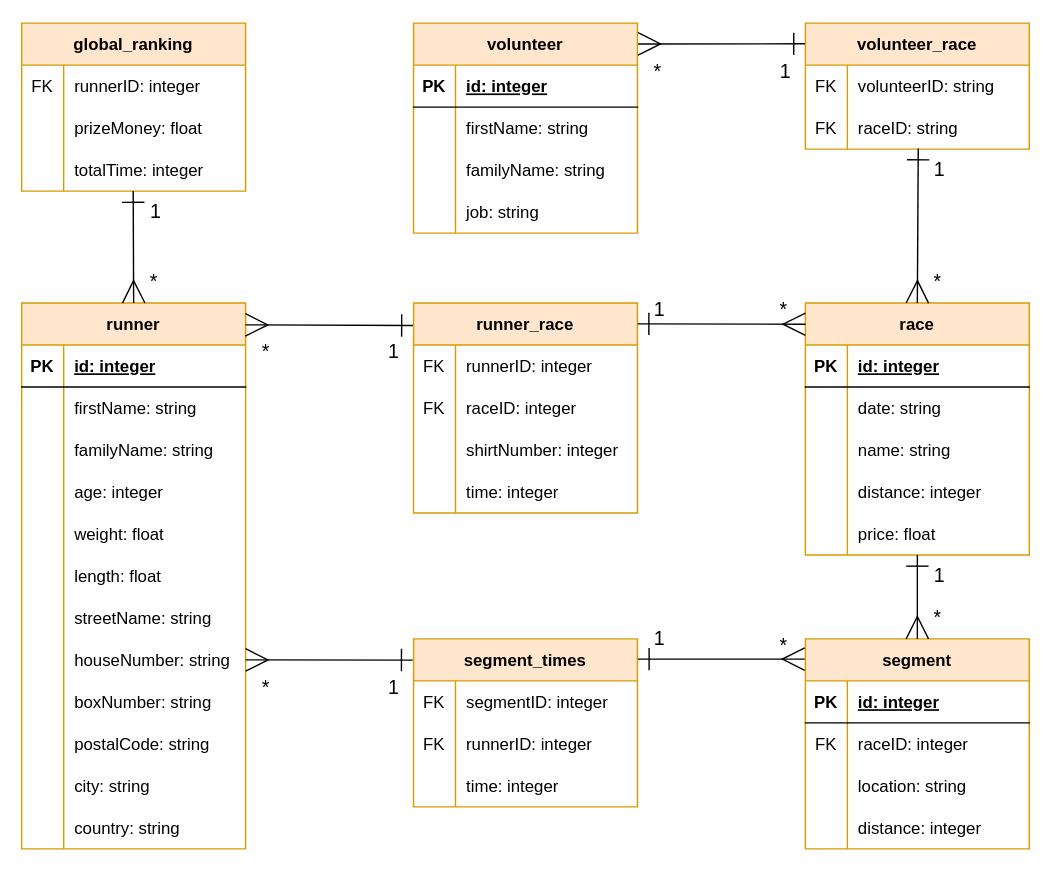
Before: diagram/diagram.svg, a diagram exported from draw.io (lowie2727/databases-project). Source tidied: cells renumbered, new cells last; positions are measured from the earlier drawing's top-left corner, leaving out a move shared by most shapes.
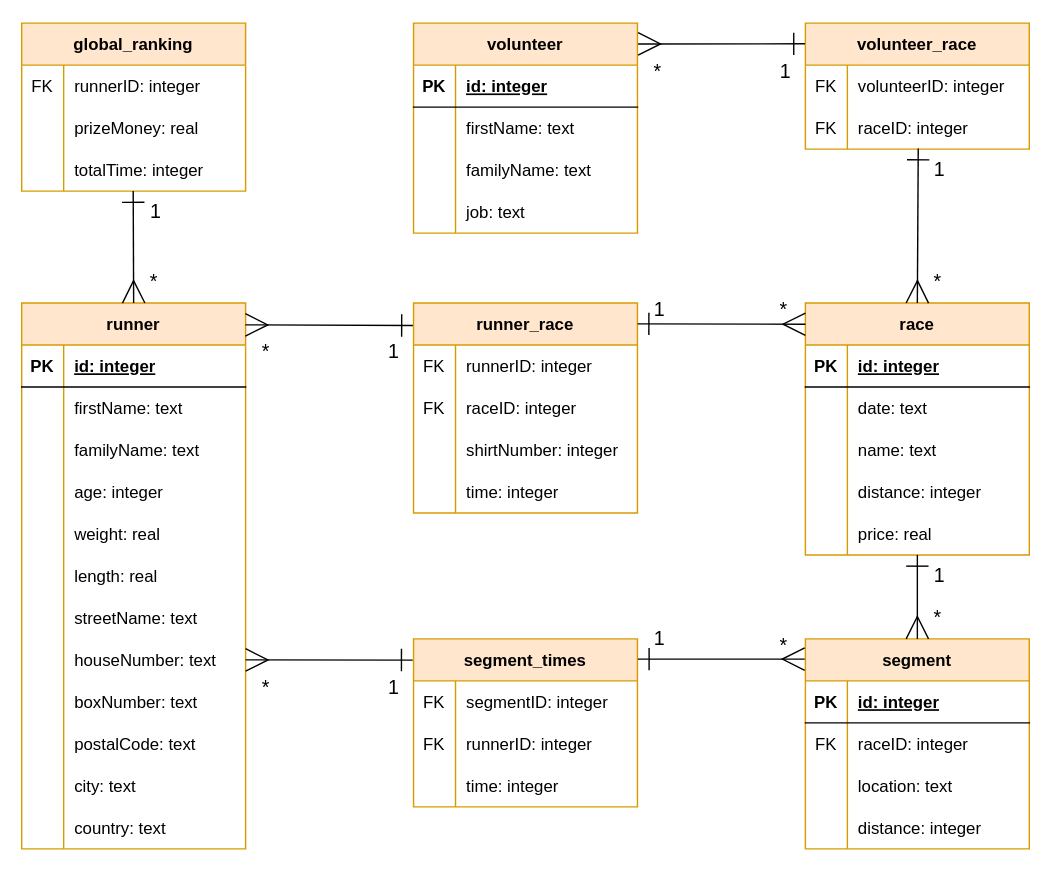
The same file after the commit.

What changed in the source:
```diff
@@ -20,7 +20,7 @@
     <mxCell id="7" style="shape=partialRectangle;fillColor=none;top=0;left=0;bottom=0;right=0;overflow=hidden;" parent="6" vertex="1">
       <mxGeometry width="30" height="30" as="geometry" />
     </mxCell>
-    <mxCell id="8" value="firstName: string " style="shape=partialRectangle;fillColor=none;top=0;left=0;bottom=0;right=0;align=left;spacingLeft=6;overflow=hidden;" parent="6" vertex="1">
+    <mxCell id="8" value="firstName: text" style="shape=partialRectangle;fillColor=none;top=0;left=0;bottom=0;right=0;align=left;spacingLeft=6;overflow=hidden;" parent="6" vertex="1">
       <mxGeometry x="30" width="130" height="30" as="geometry" />
     </mxCell>
     <mxCell id="9" style="shape=tableRow;horizontal=0;startSize=0;swimlaneHead=0;swimlaneBody=0;fillColor=none;top=0;left=0;right=0;bottom=0;" parent="2" vertex="1">
@@ -29,7 +29,7 @@
     <mxCell id="10" style="shape=partialRectangle;fillColor=none;top=0;left=0;bottom=0;right=0;overflow=hidden;" parent="9" vertex="1">
       <mxGeometry width="30" height="30" as="geometry" />
     </mxCell>
-    <mxCell id="11" value="familyName: string" style="shape=partialRectangle;fillColor=none;top=0;left=0;bottom=0;right=0;align=left;spacingLeft=6;overflow=hidden;" parent="9" vertex="1">
+    <mxCell id="11" value="familyName: text" style="shape=partialRectangle;fillColor=none;top=0;left=0;bottom=0;right=0;align=left;spacingLeft=6;overflow=hidden;" parent="9" vertex="1">
       <mxGeometry x="30" width="130" height="30" as="geometry" />
     </mxCell>
     <mxCell id="12" style="shape=tableRow;horizontal=0;startSize=0;swimlaneHead=0;swimlaneBody=0;fillColor=none;top=0;left=0;right=0;bottom=0;" parent="2" vertex="1">
@@ -47,7 +47,7 @@
     <mxCell id="16" style="shape=partialRectangle;fillColor=none;top=0;left=0;bottom=0;right=0;overflow=hidden;" parent="15" vertex="1">
       <mxGeometry width="30" height="30" as="geometry" />
     </mxCell>
-    <mxCell id="17" value="weight: float" style="shape=partialRectangle;fillColor=none;top=0;left=0;bottom=0;right=0;align=left;spacingLeft=6;overflow=hidden;" parent="15" vertex="1">
+    <mxCell id="17" value="weight: real" style="shape=partialRectangle;fillColor=none;top=0;left=0;bottom=0;right=0;align=left;spacingLeft=6;overflow=hidden;" parent="15" vertex="1">
       <mxGeometry x="30" width="130" height="30" as="geometry" />
     </mxCell>
     <mxCell id="18" style="shape=tableRow;horizontal=0;startSize=0;swimlaneHead=0;swimlaneBody=0;fillColor=none;top=0;left=0;right=0;bottom=0;" parent="2" vertex="1">
@@ -56,7 +56,7 @@
     <mxCell id="19" style="shape=partialRectangle;fillColor=none;top=0;left=0;bottom=0;right=0;overflow=hidden;" parent="18" vertex="1">
       <mxGeometry width="30" height="30" as="geometry" />
     </mxCell>
-    <mxCell id="20" value="length: float" style="shape=partialRectangle;fillColor=none;top=0;left=0;bottom=0;right=0;align=left;spacingLeft=6;overflow=hidden;" parent="18" vertex="1">
+    <mxCell id="20" value="length: real" style="shape=partialRectangle;fillColor=none;top=0;left=0;bottom=0;right=0;align=left;spacingLeft=6;overflow=hidden;" parent="18" vertex="1">
       <mxGeometry x="30" width="130" height="30" as="geometry" />
     </mxCell>
     <mxCell id="21" style="shape=tableRow;horizontal=0;startSize=0;swimlaneHead=0;swimlaneBody=0;fillColor=none;top=0;left=0;right=0;bottom=0;" parent="2" vertex="1">
@@ -65,7 +65,7 @@
     <mxCell id="22" style="shape=partialRectangle;fillColor=none;top=0;left=0;bottom=0;right=0;overflow=hidden;" parent="21" vertex="1">
       <mxGeometry width="30" height="30" as="geometry" />
     </mxCell>
-    <mxCell id="23" value="streetName: string" style="shape=partialRectangle;fillColor=none;top=0;left=0;bottom=0;right=0;align=left;spacingLeft=6;overflow=hidden;" parent="21" vertex="1">
+    <mxCell id="23" value="streetName: text" style="shape=partialRectangle;fillColor=none;top=0;left=0;bottom=0;right=0;align=left;spacingLeft=6;overflow=hidden;" parent="21" vertex="1">
       <mxGeometry x="30" width="130" height="30" as="geometry" />
     </mxCell>
     <mxCell id="24" style="shape=tableRow;horizontal=0;startSize=0;swimlaneHead=0;swimlaneBody=0;fillColor=none;points=[[0,0.5],[1,0.5]];portConstraint=eastwest;top=0;left=0;right=0;bottom=0;" parent="2" vertex="1">
@@ -74,7 +74,7 @@
     <mxCell id="25" style="shape=partialRectangle;fillColor=none;top=0;left=0;bottom=0;right=0;overflow=hidden;" parent="24" vertex="1">
       <mxGeometry width="30" height="30" as="geometry" />
     </mxCell>
-    <mxCell id="26" value="houseNumber: string" style="shape=partialRectangle;fillColor=none;top=0;left=0;bottom=0;right=0;align=left;spacingLeft=6;overflow=hidden;" parent="24" vertex="1">
+    <mxCell id="26" value="houseNumber: text" style="shape=partialRectangle;fillColor=none;top=0;left=0;bottom=0;right=0;align=left;spacingLeft=6;overflow=hidden;" parent="24" vertex="1">
       <mxGeometry x="30" width="130" height="30" as="geometry" />
     </mxCell>
     <mxCell id="27" style="shape=tableRow;horizontal=0;startSize=0;swimlaneHead=0;swimlaneBody=0;fillColor=none;top=0;left=0;right=0;bottom=0;" parent="2" vertex="1">
@@ -83,7 +83,7 @@
     <mxCell id="28" style="shape=partialRectangle;fillColor=none;top=0;left=0;bottom=0;right=0;overflow=hidden;" parent="27" vertex="1">
       <mxGeometry width="30" height="30" as="geometry" />
     </mxCell>
-    <mxCell id="29" value="boxNumber: string" style="shape=partialRectangle;fillColor=none;top=0;left=0;bottom=0;right=0;align=left;spacingLeft=6;overflow=hidden;" parent="27" vertex="1">
+    <mxCell id="29" value="boxNumber: text" style="shape=partialRectangle;fillColor=none;top=0;left=0;bottom=0;right=0;align=left;spacingLeft=6;overflow=hidden;" parent="27" vertex="1">
       <mxGeometry x="30" width="130" height="30" as="geometry" />
     </mxCell>
     <mxCell id="30" style="shape=tableRow;horizontal=0;startSize=0;swimlaneHead=0;swimlaneBody=0;fillColor=none;top=0;left=0;right=0;bottom=0;" parent="2" vertex="1">
@@ -92,7 +92,7 @@
     <mxCell id="31" style="shape=partialRectangle;fillColor=none;top=0;left=0;bottom=0;right=0;overflow=hidden;" parent="30" vertex="1">
       <mxGeometry width="30" height="30" as="geometry" />
     </mxCell>
-    <mxCell id="32" value="postalCode: string" style="shape=partialRectangle;fillColor=none;top=0;left=0;bottom=0;right=0;align=left;spacingLeft=6;overflow=hidden;" parent="30" vertex="1">
+    <mxCell id="32" value="postalCode: text" style="shape=partialRectangle;fillColor=none;top=0;left=0;bottom=0;right=0;align=left;spacingLeft=6;overflow=hidden;" parent="30" vertex="1">
       <mxGeometry x="30" width="130" height="30" as="geometry" />
     </mxCell>
     <mxCell id="33" style="shape=tableRow;horizontal=0;startSize=0;swimlaneHead=0;swimlaneBody=0;fillColor=none;top=0;left=0;right=0;bottom=0;" parent="2" vertex="1">
@@ -101,7 +101,7 @@
     <mxCell id="34" style="shape=partialRectangle;fillColor=none;top=0;left=0;bottom=0;right=0;overflow=hidden;" parent="33" vertex="1">
       <mxGeometry width="30" height="30" as="geometry" />
     </mxCell>
-    <mxCell id="35" value="city: string" style="shape=partialRectangle;fillColor=none;top=0;left=0;bottom=0;right=0;align=left;spacingLeft=6;overflow=hidden;" parent="33" vertex="1">
+    <mxCell id="35" value="city: text" style="shape=partialRectangle;fillColor=none;top=0;left=0;bottom=0;right=0;align=left;spacingLeft=6;overflow=hidden;" parent="33" vertex="1">
       <mxGeometry x="30" width="130" height="30" as="geometry" />
     </mxCell>
     <mxCell id="36" style="shape=tableRow;horizontal=0;startSize=0;swimlaneHead=0;swimlaneBody=0;fillColor=none;top=0;left=0;right=0;bottom=0;" parent="2" vertex="1">
@@ -110,7 +110,7 @@
     <mxCell id="37" style="shape=partialRectangle;fillColor=none;top=0;left=0;bottom=0;right=0;overflow=hidden;" parent="36" vertex="1">
       <mxGeometry width="30" height="30" as="geometry" />
     </mxCell>
-    <mxCell id="38" value="country: string" style="shape=partialRectangle;fillColor=none;top=0;left=0;bottom=0;right=0;align=left;spacingLeft=6;overflow=hidden;" parent="36" vertex="1">
+    <mxCell id="38" value="country: text" style="shape=partialRectangle;fillColor=none;top=0;left=0;bottom=0;right=0;align=left;spacingLeft=6;overflow=hidden;" parent="36" vertex="1">
       <mxGeometry x="30" width="130" height="30" as="geometry" />
     </mxCell>
     <mxCell id="39" value="segment" style="shape=table;startSize=30;rowLines=0;fontStyle=1;align=center;fillColor=#ffe6cc;strokeColor=#d79b00;" parent="1" vertex="1">
@@ -140,7 +140,7 @@
     <mxCell id="47" style="shape=partialRectangle;fillColor=none;top=0;left=0;bottom=0;right=0;overflow=hidden;" parent="46" vertex="1">
       <mxGeometry width="30" height="30" as="geometry" />
     </mxCell>
-    <mxCell id="48" value="location: string" style="shape=partialRectangle;fillColor=none;top=0;left=0;bottom=0;right=0;align=left;spacingLeft=6;overflow=hidden;" parent="46" vertex="1">
+    <mxCell id="48" value="location: text" style="shape=partialRectangle;fillColor=none;top=0;left=0;bottom=0;right=0;align=left;spacingLeft=6;overflow=hidden;" parent="46" vertex="1">
       <mxGeometry x="30" width="130" height="30" as="geometry" />
     </mxCell>
     <mxCell id="49" style="shape=tableRow;horizontal=0;startSize=0;swimlaneHead=0;swimlaneBody=0;fillColor=none;top=0;left=0;right=0;bottom=0;" parent="39" vertex="1">
@@ -170,7 +170,7 @@
     <mxCell id="57" style="shape=partialRectangle;fillColor=none;top=0;left=0;bottom=0;right=0;overflow=hidden;" parent="56" vertex="1">
       <mxGeometry width="30" height="30" as="geometry" />
     </mxCell>
-    <mxCell id="58" value="firstName: string" style="shape=partialRectangle;fillColor=none;top=0;left=0;bottom=0;right=0;align=left;spacingLeft=6;overflow=hidden;" parent="56" vertex="1">
+    <mxCell id="58" value="firstName: text" style="shape=partialRectangle;fillColor=none;top=0;left=0;bottom=0;right=0;align=left;spacingLeft=6;overflow=hidden;" parent="56" vertex="1">
       <mxGeometry x="30" width="130" height="30" as="geometry" />
     </mxCell>
     <mxCell id="59" style="shape=tableRow;horizontal=0;startSize=0;swimlaneHead=0;swimlaneBody=0;fillColor=none;top=0;left=0;right=0;bottom=0;" parent="52" vertex="1">
@@ -179,7 +179,7 @@
     <mxCell id="60" style="shape=partialRectangle;fillColor=none;top=0;left=0;bottom=0;right=0;overflow=hidden;" parent="59" vertex="1">
       <mxGeometry width="30" height="30" as="geometry" />
     </mxCell>
-    <mxCell id="61" value="familyName: string" style="shape=partialRectangle;fillColor=none;top=0;left=0;bottom=0;right=0;align=left;spacingLeft=6;overflow=hidden;" parent="59" vertex="1">
+    <mxCell id="61" value="familyName: text" style="shape=partialRectangle;fillColor=none;top=0;left=0;bottom=0;right=0;align=left;spacingLeft=6;overflow=hidden;" parent="59" vertex="1">
       <mxGeometry x="30" width="130" height="30" as="geometry" />
     </mxCell>
     <mxCell id="62" style="shape=tableRow;horizontal=0;startSize=0;swimlaneHead=0;swimlaneBody=0;fillColor=none;top=0;left=0;right=0;bottom=0;" parent="52" vertex="1">
@@ -188,7 +188,7 @@
     <mxCell id="63" style="shape=partialRectangle;fillColor=none;top=0;left=0;bottom=0;right=0;overflow=hidden;" parent="62" vertex="1">
       <mxGeometry width="30" height="30" as="geometry" />
     </mxCell>
-    <mxCell id="64" value="job: string" style="shape=partialRectangle;fillColor=none;top=0;left=0;bottom=0;right=0;align=left;spacingLeft=6;overflow=hidden;" parent="62" vertex="1">
+    <mxCell id="64" value="job: text" style="shape=partialRectangle;fillColor=none;top=0;left=0;bottom=0;right=0;align=left;spacingLeft=6;overflow=hidden;" parent="62" vertex="1">
       <mxGeometry x="30" width="130" height="30" as="geometry" />
     </mxCell>
     <mxCell id="65" value="race" style="shape=table;startSize=30;rowLines=0;fontStyle=1;align=center;fillColor=#ffe6cc;strokeColor=#d79b00;" parent="1" vertex="1">
@@ -209,7 +209,7 @@
     <mxCell id="70" style="shape=partialRectangle;fillColor=none;top=0;left=0;bottom=0;right=0;overflow=hidden;" parent="69" vertex="1">
       <mxGeometry width="30" height="30" as="geometry" />
     </mxCell>
-    <mxCell id="71" value="date: string" style="shape=partialRectangle;fillColor=none;top=0;left=0;bottom=0;right=0;align=left;spacingLeft=6;overflow=hidden;" parent="69" vertex="1">
+    <mxCell id="71" value="date: text" style="shape=partialRectangle;fillColor=none;top=0;left=0;bottom=0;right=0;align=left;spacingLeft=6;overflow=hidden;" parent="69" vertex="1">
       <mxGeometry x="30" width="130" height="30" as="geometry" />
     </mxCell>
     <mxCell id="72" style="shape=tableRow;horizontal=0;startSize=0;swimlaneHead=0;swimlaneBody=0;fillColor=none;top=0;left=0;right=0;bottom=0;" parent="65" vertex="1">
@@ -218,7 +218,7 @@
     <mxCell id="73" style="shape=partialRectangle;fillColor=none;top=0;left=0;bottom=0;right=0;overflow=hidden;" parent="72" vertex="1">
       <mxGeometry width="30" height="30" as="geometry" />
     </mxCell>
-    <mxCell id="74" value="name: string" style="shape=partialRectangle;fillColor=none;top=0;left=0;bottom=0;right=0;align=left;spacingLeft=6;overflow=hidden;" parent="72" vertex="1">
+    <mxCell id="74" value="name: text" style="shape=partialRectangle;fillColor=none;top=0;left=0;bottom=0;right=0;align=left;spacingLeft=6;overflow=hidden;" parent="72" vertex="1">
       <mxGeometry x="30" width="130" height="30" as="geometry" />
     </mxCell>
     <mxCell id="75" style="shape=tableRow;horizontal=0;startSize=0;swimlaneHead=0;swimlaneBody=0;fillColor=none;top=0;left=0;right=0;bottom=0;" parent="65" vertex="1">
@@ -236,7 +236,7 @@
     <mxCell id="79" style="shape=partialRectangle;fillColor=none;top=0;left=0;bottom=0;right=0;overflow=hidden;" parent="78" vertex="1">
       <mxGeometry width="30" height="30" as="geometry" />
     </mxCell>
-    <mxCell id="80" value="price: float" style="shape=partialRectangle;fillColor=none;top=0;left=0;bottom=0;right=0;align=left;spacingLeft=6;overflow=hidden;" parent="78" vertex="1">
+    <mxCell id="80" value="price: real" style="shape=partialRectangle;fillColor=none;top=0;left=0;bottom=0;right=0;align=left;spacingLeft=6;overflow=hidden;" parent="78" vertex="1">
       <mxGeometry x="30" width="130" height="30" as="geometry" />
     </mxCell>
     <mxCell id="81" value="global_ranking" style="shape=table;startSize=30;rowLines=0;fontStyle=1;align=center;fillColor=#ffe6cc;strokeColor=#d79b00;" parent="1" vertex="1">
@@ -257,7 +257,7 @@
     <mxCell id="86" style="shape=partialRectangle;fillColor=none;top=0;left=0;bottom=0;right=0;overflow=hidden;" parent="85" vertex="1">
       <mxGeometry width="30" height="30" as="geometry" />
     </mxCell>
-    <mxCell id="87" value="prizeMoney: float" style="shape=partialRectangle;fillColor=none;top=0;left=0;bottom=0;right=0;align=left;spacingLeft=6;overflow=hidden;" parent="85" vertex="1">
+    <mxCell id="87" value="prizeMoney: real" style="shape=partialRectangle;fillColor=none;top=0;left=0;bottom=0;right=0;align=left;spacingLeft=6;overflow=hidden;" parent="85" vertex="1">
       <mxGeometry x="30" width="130" height="30" as="geometry" />
     </mxCell>
     <mxCell id="88" style="shape=tableRow;horizontal=0;startSize=0;swimlaneHead=0;swimlaneBody=0;fillColor=none;points=[[0,0.5],[1,0.5]];portConstraint=eastwest;top=0;left=0;right=0;bottom=0;" parent="81" vertex="1">
@@ -365,7 +365,7 @@
     <mxCell id="122" value="FK" style="shape=partialRectangle;fillColor=none;top=0;left=0;bottom=0;right=0;overflow=hidden;" parent="121" vertex="1">
       <mxGeometry width="30" height="30" as="geometry" />
     </mxCell>
-    <mxCell id="123" value="volunteerID: string" style="shape=partialRectangle;fillColor=none;top=0;left=0;bottom=0;right=0;align=left;spacingLeft=6;overflow=hidden;" parent="121" vertex="1">
+    <mxCell id="123" value="volunteerID: integer" style="shape=partialRectangle;fillColor=none;top=0;left=0;bottom=0;right=0;align=left;spacingLeft=6;overflow=hidden;" parent="121" vertex="1">
       <mxGeometry x="30" width="130" height="30" as="geometry" />
     </mxCell>
     <mxCell id="124" style="shape=tableRow;horizontal=0;startSize=0;swimlaneHead=0;swimlaneBody=0;fillColor=none;points=[[0,0.5],[1,0.5]];portConstraint=eastwest;top=0;left=0;right=0;bottom=0;" parent="120" vertex="1">
@@ -374,7 +374,7 @@
     <mxCell id="125" value="FK" style="shape=partialRectangle;fillColor=none;top=0;left=0;bottom=0;right=0;overflow=hidden;" parent="124" vertex="1">
       <mxGeometry width="30" height="30" as="geometry" />
     </mxCell>
-    <mxCell id="126" value="raceID: string" style="shape=partialRectangle;fillColor=none;top=0;left=0;bottom=0;right=0;align=left;spacingLeft=6;overflow=hidden;" parent="124" vertex="1">
+    <mxCell id="126" value="raceID: integer" style="shape=partialRectangle;fillColor=none;top=0;left=0;bottom=0;right=0;align=left;spacingLeft=6;overflow=hidden;" parent="124" vertex="1">
       <mxGeometry x="30" width="130" height="30" as="geometry" />
     </mxCell>
     <mxCell id="127" style="endArrow=ERone;html=1;rounded=0;exitX=1.003;exitY=0.099;exitDx=0;exitDy=0;exitPerimeter=0;entryX=-0.002;entryY=0.164;entryDx=0;entryDy=0;startArrow=ERmany;startFill=0;endSize=14;startSize=14;endFill=0;entryPerimeter=0;" parent="1" edge="1" source="52" target="120">
```
